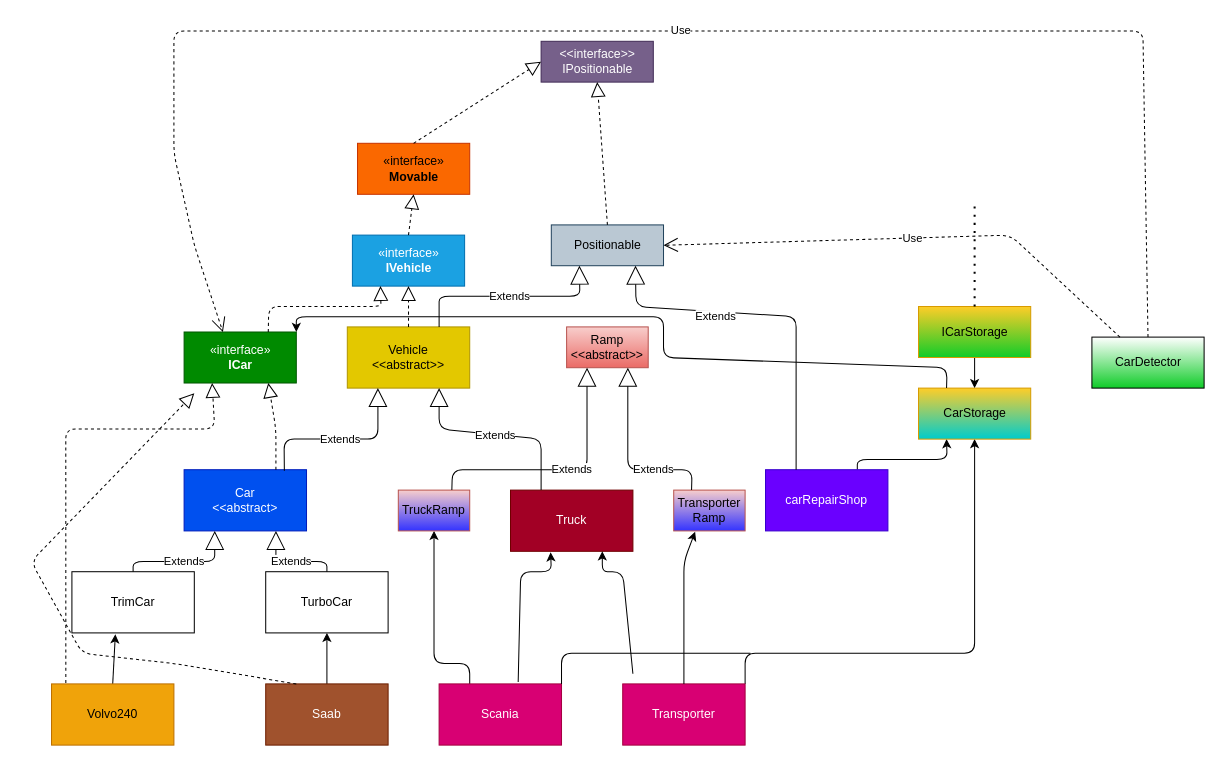
Earlier version of the draw.io diagram lab2_uml_diagram.drawio (erikpersson0884/TDA553-Lab2). Source tidied: cells renumbered, new cells numbered last; positions are measured from the earlier drawing's top-left corner, leaving out a move shared by most shapes. Both pictures are drawn from the tidied source at 102%, with x=0, y=0 at pixel (31, 31).
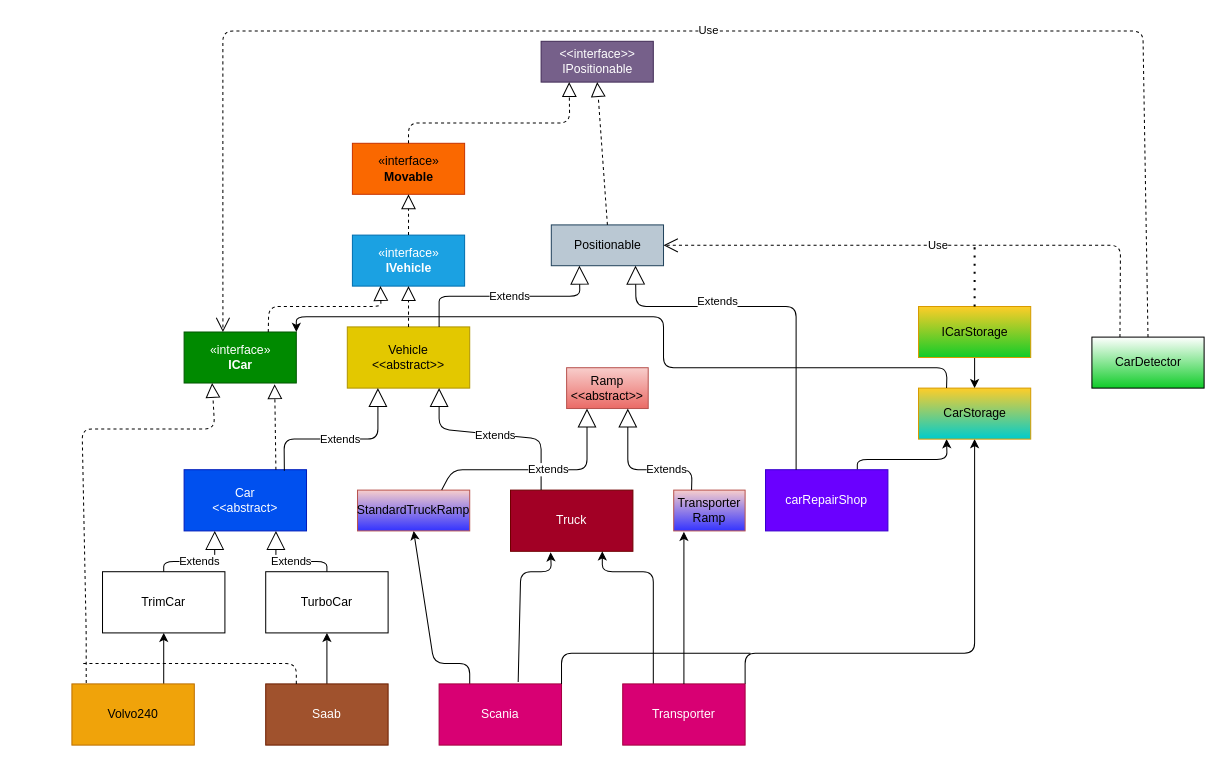
The same diagram, later.

Commit message:
did the reflection text tasks for lab2

The change refers to these unchanged cells:
```xml
<mxCell id="2" value="Car&lt;br&gt;&amp;lt;&amp;lt;abstract&amp;gt;" style="rounded=0;whiteSpace=wrap;html=1;fillColor=#0050ef;fontColor=#ffffff;strokeColor=#001DBC;" parent="1" vertex="1">
  <mxGeometry x="150" y="430" width="120" height="60" as="geometry" />
</mxCell>
<mxCell id="4" value="Truck" style="rounded=0;whiteSpace=wrap;html=1;fillColor=#a20025;fontColor=#ffffff;strokeColor=#6F0000;" parent="1" vertex="1">
  <mxGeometry x="470" y="450" width="120" height="60" as="geometry" />
</mxCell>
<mxCell id="8" value="Saab" style="rounded=0;whiteSpace=wrap;html=1;fillColor=#a0522d;fontColor=#ffffff;strokeColor=#6D1F00;" parent="1" vertex="1">
  <mxGeometry x="230" y="640" width="120" height="60" as="geometry" />
</mxCell>
<mxCell id="13" value="Transporter" style="rounded=0;whiteSpace=wrap;html=1;fillColor=#d80073;fontColor=#ffffff;strokeColor=#A50040;" parent="1" vertex="1">
  <mxGeometry x="580" y="640" width="120" height="60" as="geometry" />
</mxCell>
<mxCell id="17" value="Positionable" style="html=1;fillColor=#bac8d3;strokeColor=#23445d;" parent="1" vertex="1">
  <mxGeometry x="510" y="190" width="110" height="40" as="geometry" />
</mxCell>
<mxCell id="19" value="carRepairShop" style="rounded=0;whiteSpace=wrap;html=1;fillColor=#6a00ff;fontColor=#ffffff;strokeColor=#3700CC;" parent="1" vertex="1">
  <mxGeometry x="720" y="430" width="120" height="60" as="geometry" />
</mxCell>
<mxCell id="20" value="CarStorage&lt;br&gt;" style="html=1;fillColor=#ffcd28;gradientColor=#00CCCC;strokeColor=#d79b00;" parent="1" vertex="1">
  <mxGeometry x="870" y="350" width="110" height="50" as="geometry" />
</mxCell>
<mxCell id="22" value="ICarStorage" style="html=1;fillColor=#ffcd28;gradientColor=#10CC29;strokeColor=#d79b00;" parent="1" vertex="1">
  <mxGeometry x="870" y="270" width="110" height="50" as="geometry" />
</mxCell>
<mxCell id="24" value="&amp;lt;&amp;lt;interface&amp;gt;&amp;gt;&lt;br&gt;IPositionable" style="html=1;fillColor=#76608a;strokeColor=#432D57;fontColor=#ffffff;" parent="1" vertex="1">
  <mxGeometry x="500" y="10" width="110" height="40" as="geometry" />
</mxCell>
<mxCell id="27" value="«interface»&lt;br&gt;&lt;b&gt;ICar&lt;/b&gt;" style="html=1;fillColor=#008a00;fontColor=#ffffff;strokeColor=#005700;" parent="1" vertex="1">
  <mxGeometry x="150" y="295" width="110" height="50" as="geometry" />
</mxCell>
<mxCell id="29" value="CarDetector" style="html=1;gradientColor=#10CC29;" parent="1" vertex="1">
  <mxGeometry x="1040" y="300" width="110" height="50" as="geometry" />
</mxCell>
<mxCell id="48" value="Transporter Ramp" style="rounded=0;whiteSpace=wrap;html=1;fillColor=#f8cecc;gradientColor=#3333FF;strokeColor=#b85450;" parent="1" vertex="1">
  <mxGeometry x="630" y="450" width="70" height="40" as="geometry" />
</mxCell>
```

The edit, as a diff of the source:
```diff
@@
-    <mxCell id="5" style="edgeStyle=none;html=1;exitX=0.5;exitY=0;exitDx=0;exitDy=0;entryX=0.355;entryY=1.022;entryDx=0;entryDy=0;entryPerimeter=0;" parent="1" edge="1" source="6" target="25">
+    <mxCell id="5" style="edgeStyle=none;html=1;exitX=0.75;exitY=0;exitDx=0;exitDy=0;entryX=0.5;entryY=1;entryDx=0;entryDy=0;" parent="1" edge="1" source="6" target="25">
       <mxGeometry relative="1" as="geometry" />
     </mxCell>
     <mxCell id="6" value="Volvo240" style="rounded=0;whiteSpace=wrap;html=1;fillColor=#f0a30a;fontColor=#000000;strokeColor=#BD7000;" parent="1" vertex="1">
-      <mxGeometry x="20" y="640" width="120" height="60" as="geometry" />
+      <mxGeometry x="40" y="640" width="120" height="60" as="geometry" />
     </mxCell>
@@
-    <mxCell id="11" style="edgeStyle=none;html=1;entryX=0.75;entryY=1;entryDx=0;entryDy=0;" parent="1" edge="1" target="4">
+    <mxCell id="11" style="edgeStyle=none;html=1;entryX=0.75;entryY=1;entryDx=0;entryDy=0;exitX=0.25;exitY=0;exitDx=0;exitDy=0;" parent="1" edge="1" source="13" target="4">
       <mxGeometry relative="1" as="geometry">
-        <mxPoint x="590" y="630" as="sourcePoint" />
         <Array as="points">
-          <mxPoint x="580" y="530" />
+          <mxPoint x="610" y="530" />
           <mxPoint x="560" y="530" />
         </Array>
       </mxGeometry>
     </mxCell>
@@
     <mxCell id="14" value="Ramp&lt;br&gt;&amp;lt;&amp;lt;abstract&amp;gt;&amp;gt;" style="rounded=0;whiteSpace=wrap;html=1;fillColor=#f8cecc;gradientColor=#ea6b66;strokeColor=#b85450;" parent="1" vertex="1">
-      <mxGeometry x="525" y="290" width="80" height="40" as="geometry" />
+      <mxGeometry x="525" y="330" width="80" height="40" as="geometry" />
     </mxCell>
@@
     <mxCell id="16" value="«interface»&lt;br&gt;&lt;b&gt;Movable&lt;/b&gt;" style="html=1;fillColor=#fa6800;fontColor=#000000;strokeColor=#C73500;" parent="1" vertex="1">
-      <mxGeometry x="320" y="110" width="110" height="50" as="geometry" />
+      <mxGeometry x="315" y="110" width="110" height="50" as="geometry" />
     </mxCell>
@@
     <mxCell id="25" value="TrimCar" style="rounded=0;whiteSpace=wrap;html=1;" parent="1" vertex="1">
-      <mxGeometry x="40" y="530" width="120" height="60" as="geometry" />
+      <mxGeometry x="70" y="530" width="120" height="60" as="geometry" />
     </mxCell>
@@
     <mxCell id="30" style="endArrow=block;dashed=1;endFill=0;endSize=12;html=1;exitX=0.117;exitY=-0.013;exitDx=0;exitDy=0;entryX=0.25;entryY=1;entryDx=0;entryDy=0;exitPerimeter=0;" parent="1" edge="1" source="6" target="27">
       <mxGeometry relative="1" as="geometry">
         <Array as="points">
-          <mxPoint x="34" y="390" />
+          <mxPoint x="54" y="620" />
+          <mxPoint x="54" y="590" />
+          <mxPoint x="50" y="390" />
           <mxPoint x="180" y="390" />
         </Array>
       </mxGeometry>
     </mxCell>
-    <mxCell id="31" style="endArrow=block;dashed=1;endFill=0;endSize=12;html=1;exitX=0.25;exitY=0;exitDx=0;exitDy=0;entryX=0;entryY=1;entryDx=0;entryDy=0;" parent="1" edge="1" source="8">
-      <mxGeometry relative="1" as="geometry">
-        <mxPoint x="160" y="355" as="targetPoint" />
-        <Array as="points">
-          <mxPoint x="140" y="620" />
-          <mxPoint x="50" y="610" />
-          <mxPoint y="520" />
-        </Array>
-      </mxGeometry>
-    </mxCell>
-    <mxCell id="32" style="endArrow=block;dashed=1;endFill=0;endSize=12;html=1;exitX=0.75;exitY=0;exitDx=0;exitDy=0;entryX=0.75;entryY=1;entryDx=0;entryDy=0;" parent="1" edge="1" source="2" target="27">
-      <mxGeometry relative="1" as="geometry">
-        <Array as="points">
-          <mxPoint x="240" y="390" />
-        </Array>
-      </mxGeometry>
+    <mxCell id="32" style="endArrow=block;dashed=1;endFill=0;endSize=12;html=1;exitX=0.75;exitY=0;exitDx=0;exitDy=0;entryX=0.807;entryY=1.024;entryDx=0;entryDy=0;entryPerimeter=0;" parent="1" edge="1" source="2" target="27">
+      <mxGeometry relative="1" as="geometry" />
     </mxCell>
@@
     <mxCell id="34" value="Extends" style="endArrow=block;endSize=16;endFill=0;html=1;exitX=0.5;exitY=0;exitDx=0;exitDy=0;entryX=0.25;entryY=1;entryDx=0;entryDy=0;" parent="1" edge="1" source="25" target="2">
       <mxGeometry relative="1" as="geometry">
         <Array as="points">
-          <mxPoint x="100" y="520" />
+          <mxPoint x="130" y="520" />
           <mxPoint x="180" y="520" />
         </Array>
       </mxGeometry>
     </mxCell>
@@
-    <mxCell id="39" style="endArrow=block;dashed=1;endFill=0;endSize=12;html=1;exitX=0.5;exitY=0;exitDx=0;exitDy=0;entryX=0;entryY=0.5;entryDx=0;entryDy=0;" parent="1" edge="1" source="16" target="24">
-      <mxGeometry relative="1" as="geometry" />
+    <mxCell id="39" style="endArrow=block;dashed=1;endFill=0;endSize=12;html=1;exitX=0.5;exitY=0;exitDx=0;exitDy=0;entryX=0.25;entryY=1;entryDx=0;entryDy=0;" parent="1" edge="1" source="16" target="24">
+      <mxGeometry relative="1" as="geometry">
+        <Array as="points">
+          <mxPoint x="370" y="90" />
+          <mxPoint x="528" y="90" />
+        </Array>
+      </mxGeometry>
     </mxCell>
@@
     <mxCell id="42" value="Extends" style="endArrow=block;endSize=16;endFill=0;html=1;exitX=0.25;exitY=0;exitDx=0;exitDy=0;entryX=0.75;entryY=1;entryDx=0;entryDy=0;" parent="1" edge="1" source="19" target="17">
-      <mxGeometry x="0.32" y="5" relative="1" as="geometry">
+      <mxGeometry x="0.33" y="-5" relative="1" as="geometry">
         <Array as="points">
-          <mxPoint x="750" y="280" />
+          <mxPoint x="750" y="270" />
           <mxPoint x="593" y="270" />
         </Array>
       </mxGeometry>
     </mxCell>
     <mxCell id="43" value="Use" style="endArrow=open;endSize=12;dashed=1;html=1;exitX=0.5;exitY=0;exitDx=0;exitDy=0;entryX=0.346;entryY=0.002;entryDx=0;entryDy=0;entryPerimeter=0;" parent="1" edge="1" source="29" target="27">
       <mxGeometry x="-0.03" y="-1" relative="1" as="geometry">
         <Array as="points">
           <mxPoint x="1090" />
-          <mxPoint x="140" />
-          <mxPoint x="140" y="120" />
-          <mxPoint x="160" y="210" />
+          <mxPoint x="188" />
+          <mxPoint x="188" y="120" />
+          <mxPoint x="188" y="210" />
         </Array>
       </mxGeometry>
     </mxCell>
@@
-    <mxCell id="45" value="Use" style="endArrow=open;endSize=12;dashed=1;html=1;exitX=0.25;exitY=0;exitDx=0;exitDy=0;entryX=1;entryY=0.5;entryDx=0;entryDy=0;" parent="1" edge="1" source="29" target="17">
-      <mxGeometry relative="1" as="geometry">
-        <Array as="points">
-          <mxPoint x="960" y="200" />
-        </Array>
-      </mxGeometry>
-    </mxCell>
     <mxCell id="46" style="endArrow=none;dashed=1;html=1;dashPattern=1 3;strokeWidth=2;exitX=0.5;exitY=0;exitDx=0;exitDy=0;" parent="1" edge="1" source="22">
       <mxGeometry relative="1" as="geometry">
-        <mxPoint x="925" y="170" as="targetPoint" />
+        <mxPoint x="925" y="210" as="targetPoint" />
       </mxGeometry>
     </mxCell>
     <mxCell id="47" style="edgeStyle=none;html=1;exitX=0.25;exitY=0;exitDx=0;exitDy=0;entryX=1;entryY=0;entryDx=0;entryDy=0;" parent="1" edge="1" source="20" target="27">
       <mxGeometry relative="1" as="geometry">
         <Array as="points">
           <mxPoint x="898" y="330" />
-          <mxPoint x="620" y="320" />
+          <mxPoint x="620" y="330" />
           <mxPoint x="620" y="280" />
           <mxPoint x="490" y="280" />
           <mxPoint x="260" y="280" />
         </Array>
       </mxGeometry>
     </mxCell>
@@
-    <mxCell id="49" value="TruckRamp" style="rounded=0;whiteSpace=wrap;html=1;fillColor=#f8cecc;gradientColor=#3333FF;strokeColor=#b85450;" parent="1" vertex="1">
-      <mxGeometry x="360" y="450" width="70" height="40" as="geometry" />
+    <mxCell id="49" value="StandardTruckRamp" style="rounded=0;whiteSpace=wrap;html=1;fillColor=#f8cecc;gradientColor=#3333FF;strokeColor=#b85450;" parent="1" vertex="1">
+      <mxGeometry x="320" y="450" width="110" height="40" as="geometry" />
     </mxCell>
-    <mxCell id="50" style="edgeStyle=none;html=1;exitX=0.5;exitY=0;exitDx=0;exitDy=0;entryX=0.3;entryY=1.021;entryDx=0;entryDy=0;entryPerimeter=0;" parent="1" edge="1" source="13" target="48">
+    <mxCell id="50" style="edgeStyle=none;html=1;exitX=0.5;exitY=0;exitDx=0;exitDy=0;entryX=0.143;entryY=1.021;entryDx=0;entryDy=0;entryPerimeter=0;" parent="1" edge="1" source="13" target="48">
       <mxGeometry relative="1" as="geometry">
         <Array as="points">
           <mxPoint x="640" y="520" />
         </Array>
       </mxGeometry>
     </mxCell>
@@
+    <mxCell id="45" value="Use" style="endArrow=open;endSize=12;dashed=1;html=1;exitX=0.25;exitY=0;exitDx=0;exitDy=0;entryX=1;entryY=0.5;entryDx=0;entryDy=0;" parent="1" edge="1" source="29" target="17">
+      <mxGeometry relative="1" as="geometry">
+        <Array as="points">
+          <mxPoint x="1068" y="210" />
+        </Array>
+      </mxGeometry>
+    </mxCell>
+    <mxCell id="53" style="endArrow=none;dashed=1;html=1;exitX=0.25;exitY=0;exitDx=0;exitDy=0;" parent="1" edge="1" source="8">
+      <mxGeometry relative="1" as="geometry">
+        <mxPoint x="50" y="620" as="targetPoint" />
+        <Array as="points">
+          <mxPoint x="260" y="620" />
+        </Array>
+      </mxGeometry>
+    </mxCell>
```
